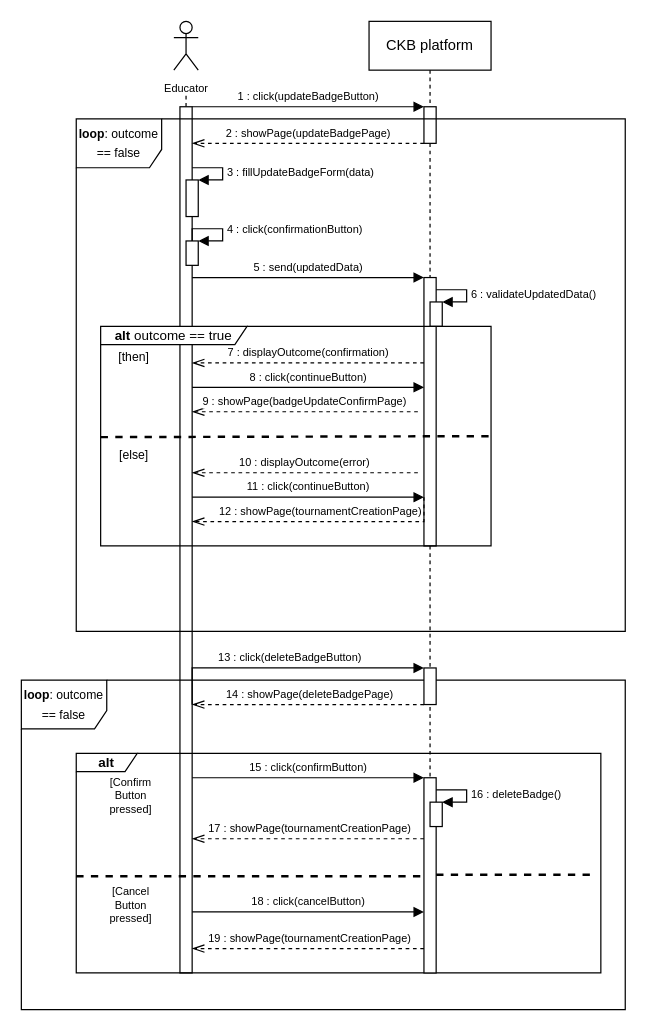
The draw.io diagram RASDwip/ExtraFiles/Drawio/Sequence/Sequence5.drawio in francescospangaro/SpangaroTosettiRiccardi, before the edit. Source tidied: cells renumbered, new cells numbered last; positions are measured from the earlier drawing's top-left corner, leaving out a move shared by most shapes. Both pictures are drawn from the tidied source at 122%, with x=0, y=0 at pixel (21, 21).
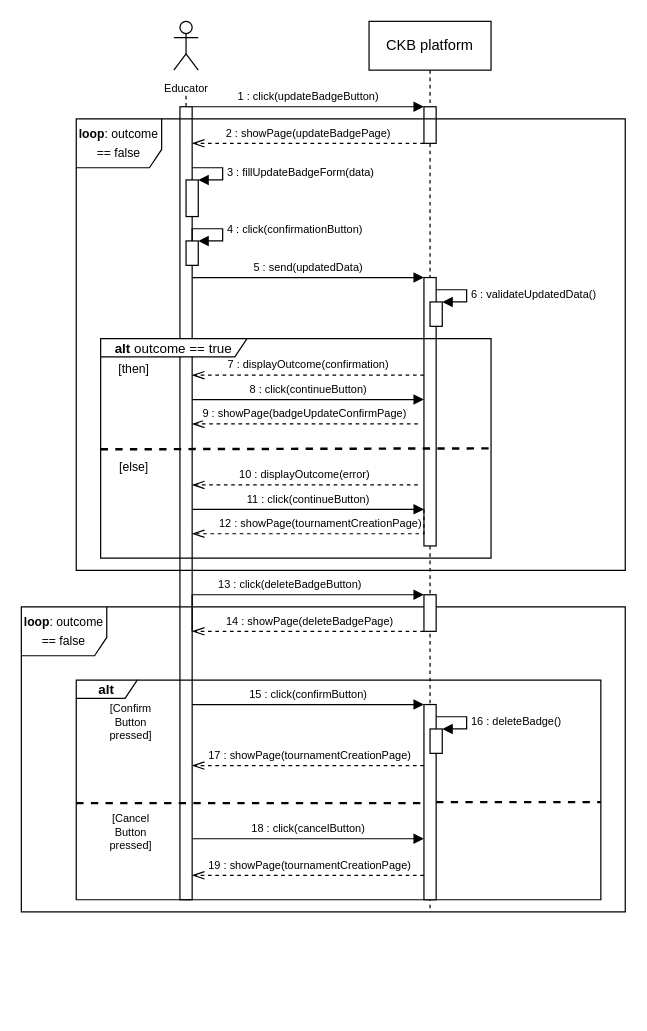
The same diagram, later.

The change refers to these unchanged cells:
```xml
<mxCell id="4" style="html=1;points=[];perimeter=orthogonalPerimeter;outlineConnect=0;targetShapes=umlLifeline;portConstraint=eastwest;newEdgeStyle={&quot;edgeStyle&quot;:&quot;elbowEdgeStyle&quot;,&quot;elbow&quot;:&quot;vertical&quot;,&quot;curved&quot;:0,&quot;rounded&quot;:0};" parent="2" vertex="1">
  <mxGeometry x="45" y="210" width="10" height="220" as="geometry" />
</mxCell>
```

Change to the diagram source:
```diff
@@
     <mxCell id="2" value="CKB platform" style="shape=umlLifeline;perimeter=lifelinePerimeter;whiteSpace=wrap;html=1;newEdgeStyle={&quot;edgeStyle&quot;:&quot;elbowEdgeStyle&quot;,&quot;elbow&quot;:&quot;vertical&quot;,&quot;curved&quot;:0,&quot;rounded&quot;:0};" parent="1" vertex="1">
-      <mxGeometry x="285" width="100" height="780" as="geometry" />
+      <mxGeometry x="285" width="100" height="730" as="geometry" />
     </mxCell>
@@
     <mxCell id="9" style="endArrow=none;dashed=1;html=1;rounded=0;" parent="1" edge="1">
       <mxGeometry relative="1" as="geometry">
-        <mxPoint x="135" y="430" as="sourcePoint" />
-        <mxPoint x="135" y="420" as="targetPoint" />
+        <mxPoint x="135" y="440" as="sourcePoint" />
+        <mxPoint x="135" y="430" as="targetPoint" />
       </mxGeometry>
     </mxCell>
     <mxCell id="10" style="html=1;points=[];perimeter=orthogonalPerimeter;outlineConnect=0;targetShapes=umlLifeline;portConstraint=eastwest;newEdgeStyle={&quot;edgeStyle&quot;:&quot;elbowEdgeStyle&quot;,&quot;elbow&quot;:&quot;vertical&quot;,&quot;curved&quot;:0,&quot;rounded&quot;:0};" parent="1" vertex="1">
-      <mxGeometry x="130" y="70" width="10" height="710" as="geometry" />
+      <mxGeometry x="130" y="70" width="10" height="650" as="geometry" />
     </mxCell>
@@
     <mxCell id="15" value="&lt;font style=&quot;font-size: 9px;&quot;&gt;7 : displayOutcome(confirmation)&lt;/font&gt;" style="html=1;verticalAlign=bottom;endArrow=openThin;dashed=1;endSize=8;edgeStyle=elbowEdgeStyle;elbow=vertical;curved=0;rounded=0;endFill=0;" parent="1" edge="1">
       <mxGeometry relative="1" as="geometry">
-        <mxPoint x="330" y="280" as="sourcePoint" />
-        <mxPoint x="140" y="280" as="targetPoint" />
+        <mxPoint x="330" y="290" as="sourcePoint" />
+        <mxPoint x="140" y="290" as="targetPoint" />
         <Array as="points">
-          <mxPoint x="235" y="280" />
+          <mxPoint x="235" y="290" />
         </Array>
       </mxGeometry>
     </mxCell>
     <mxCell id="16" value="&lt;b&gt;alt &lt;/b&gt;outcome == true" style="shape=umlFrame;whiteSpace=wrap;html=1;width=120;height=15;fontSize=11;" parent="1" vertex="1">
-      <mxGeometry x="65" y="250" width="320" height="180" as="geometry" />
+      <mxGeometry x="65" y="260" width="320" height="180" as="geometry" />
     </mxCell>
     <mxCell id="17" value="[then]" style="text;html=1;strokeColor=none;fillColor=none;align=center;verticalAlign=middle;whiteSpace=wrap;rounded=0;fontSize=10;" parent="1" vertex="1">
-      <mxGeometry x="75" y="270" width="35" height="10" as="geometry" />
+      <mxGeometry x="75" y="280" width="35" height="10" as="geometry" />
     </mxCell>
     <mxCell id="18" style="endArrow=none;dashed=1;html=1;rounded=0;exitX=0.001;exitY=0.409;exitDx=0;exitDy=0;exitPerimeter=0;strokeWidth=2;" parent="1" edge="1">
       <mxGeometry relative="1" as="geometry">
-        <mxPoint x="65" y="340.8" as="sourcePoint" />
-        <mxPoint x="385" y="340" as="targetPoint" />
+        <mxPoint x="65" y="350.8" as="sourcePoint" />
+        <mxPoint x="385" y="350" as="targetPoint" />
       </mxGeometry>
     </mxCell>
     <mxCell id="19" value="[else]" style="text;html=1;strokeColor=none;fillColor=none;align=center;verticalAlign=middle;whiteSpace=wrap;rounded=0;fontSize=10;" parent="1" vertex="1">
-      <mxGeometry x="75" y="350" width="35" height="10" as="geometry" />
+      <mxGeometry x="75" y="360" width="35" height="10" as="geometry" />
     </mxCell>
     <mxCell id="20" value="&lt;font style=&quot;font-size: 9px;&quot;&gt;10 : displayOutcome(error)&lt;/font&gt;" style="html=1;verticalAlign=bottom;endArrow=openThin;dashed=1;endSize=8;edgeStyle=elbowEdgeStyle;elbow=vertical;curved=0;rounded=0;endFill=0;" parent="1" edge="1">
       <mxGeometry relative="1" as="geometry">
-        <mxPoint x="325" y="370" as="sourcePoint" />
-        <mxPoint x="140" y="370" as="targetPoint" />
+        <mxPoint x="325" y="380" as="sourcePoint" />
+        <mxPoint x="140" y="380" as="targetPoint" />
         <Array as="points">
-          <mxPoint x="235" y="370" />
+          <mxPoint x="235" y="380" />
         </Array>
       </mxGeometry>
     </mxCell>
@@
     <mxCell id="22" value="&lt;p style=&quot;line-height: 120%;&quot;&gt;&lt;font style=&quot;font-size: 10px;&quot;&gt;&lt;b&gt;loop&lt;/b&gt;: outcome == false&lt;/font&gt;&lt;/p&gt;" style="shape=umlFrame;whiteSpace=wrap;html=1;width=70;height=40;verticalAlign=middle;horizontal=1;labelPosition=center;verticalLabelPosition=middle;align=center;" parent="1" vertex="1">
-      <mxGeometry x="45" y="80" width="450" height="420" as="geometry" />
+      <mxGeometry x="45" y="80" width="450" height="370" as="geometry" />
     </mxCell>
@@
-    <mxCell id="25" value="&lt;font style=&quot;font-size: 9px;&quot;&gt;8 : click(continueButton)&lt;/font&gt;" style="html=1;verticalAlign=bottom;endArrow=block;edgeStyle=elbowEdgeStyle;elbow=vertical;curved=0;rounded=0;" parent="1" edge="1" target="4">
+    <mxCell id="25" value="&lt;font style=&quot;font-size: 9px;&quot;&gt;8 : click(continueButton)&lt;/font&gt;" style="html=1;verticalAlign=bottom;endArrow=block;edgeStyle=elbowEdgeStyle;elbow=vertical;curved=0;rounded=0;" parent="1" edge="1">
       <mxGeometry relative="1" as="geometry">
-        <mxPoint x="140" y="300" as="sourcePoint" />
+        <mxPoint x="140" y="310" as="sourcePoint" />
+        <mxPoint x="330" y="310" as="targetPoint" />
         <Array as="points">
-          <mxPoint x="255" y="300" />
+          <mxPoint x="255" y="310" />
         </Array>
       </mxGeometry>
     </mxCell>
     <mxCell id="26" value="&lt;font style=&quot;font-size: 9px;&quot;&gt;9 : showPage(badgeUpdateConfirmPage)&lt;/font&gt;" style="html=1;verticalAlign=bottom;endArrow=openThin;dashed=1;endSize=8;edgeStyle=elbowEdgeStyle;elbow=vertical;curved=0;rounded=0;endFill=0;" parent="1" edge="1">
       <mxGeometry relative="1" as="geometry">
-        <mxPoint x="325" y="320" as="sourcePoint" />
-        <mxPoint x="140" y="320" as="targetPoint" />
+        <mxPoint x="325" y="330" as="sourcePoint" />
+        <mxPoint x="140" y="330" as="targetPoint" />
         <Array as="points">
-          <mxPoint x="235" y="320" />
+          <mxPoint x="235" y="330" />
         </Array>
       </mxGeometry>
     </mxCell>
     <mxCell id="27" value="&lt;font style=&quot;font-size: 9px;&quot;&gt;11 : click(continueButton)&lt;/font&gt;" style="html=1;verticalAlign=bottom;endArrow=block;edgeStyle=elbowEdgeStyle;elbow=vertical;curved=0;rounded=0;" parent="1" edge="1">
       <mxGeometry relative="1" as="geometry">
-        <mxPoint x="140" y="390" as="sourcePoint" />
-        <mxPoint x="330" y="390" as="targetPoint" />
+        <mxPoint x="140" y="400" as="sourcePoint" />
+        <mxPoint x="330" y="400" as="targetPoint" />
         <Array as="points">
-          <mxPoint x="255" y="390" />
+          <mxPoint x="255" y="400" />
         </Array>
       </mxGeometry>
     </mxCell>
     <mxCell id="28" value="&lt;font style=&quot;font-size: 9px;&quot;&gt;12 : showPage(tournamentCreationPage)&lt;/font&gt;" style="html=1;verticalAlign=bottom;endArrow=openThin;dashed=1;endSize=8;edgeStyle=elbowEdgeStyle;elbow=vertical;curved=0;rounded=0;endFill=0;" parent="1" edge="1">
       <mxGeometry relative="1" as="geometry">
-        <mxPoint x="330" y="390" as="sourcePoint" />
-        <mxPoint x="140" y="410" as="targetPoint" />
+        <mxPoint x="330" y="400" as="sourcePoint" />
+        <mxPoint x="140" y="420" as="targetPoint" />
         <Array as="points">
-          <mxPoint x="235" y="410" />
+          <mxPoint x="235" y="420" />
         </Array>
       </mxGeometry>
     </mxCell>
     <mxCell id="29" value="&lt;p style=&quot;line-height: 120%;&quot;&gt;&lt;font style=&quot;font-size: 10px;&quot;&gt;&lt;b&gt;loop&lt;/b&gt;: outcome == false&lt;/font&gt;&lt;/p&gt;" style="shape=umlFrame;whiteSpace=wrap;html=1;width=70;height=40;verticalAlign=middle;horizontal=1;labelPosition=center;verticalLabelPosition=middle;align=center;" parent="1" vertex="1">
-      <mxGeometry y="540" width="495" height="270" as="geometry" />
+      <mxGeometry y="480" width="495" height="250" as="geometry" />
     </mxCell>
     <mxCell id="30" value="&lt;font style=&quot;font-size: 9px;&quot;&gt;13 : click(deleteBadgeButton)&lt;/font&gt;" style="html=1;verticalAlign=bottom;endArrow=block;edgeStyle=elbowEdgeStyle;elbow=vertical;curved=0;rounded=0;" parent="1" edge="1" target="31">
       <mxGeometry relative="1" as="geometry">
-        <mxPoint x="140" y="560" as="sourcePoint" />
+        <mxPoint x="140" y="500" as="sourcePoint" />
         <Array as="points">
-          <mxPoint x="255" y="530" />
+          <mxPoint x="255" y="470" />
         </Array>
       </mxGeometry>
     </mxCell>
     <mxCell id="31" style="html=1;points=[];perimeter=orthogonalPerimeter;outlineConnect=0;targetShapes=umlLifeline;portConstraint=eastwest;newEdgeStyle={&quot;edgeStyle&quot;:&quot;elbowEdgeStyle&quot;,&quot;elbow&quot;:&quot;vertical&quot;,&quot;curved&quot;:0,&quot;rounded&quot;:0};" parent="1" vertex="1">
-      <mxGeometry x="330" y="530" width="10" height="30" as="geometry" />
+      <mxGeometry x="330" y="470" width="10" height="30" as="geometry" />
     </mxCell>
     <mxCell id="32" value="&lt;b&gt;alt &lt;/b&gt;" style="shape=umlFrame;whiteSpace=wrap;html=1;width=50;height=15;fontSize=11;" parent="1" vertex="1">
-      <mxGeometry x="45" y="600" width="430" height="180" as="geometry" />
+      <mxGeometry x="45" y="540" width="430" height="180" as="geometry" />
     </mxCell>
     <mxCell id="33" value="&lt;div style=&quot;font-size: 9px;&quot;&gt;&lt;font style=&quot;font-size: 9px;&quot;&gt;[Confirm&lt;/font&gt;&lt;/div&gt;&lt;div style=&quot;font-size: 9px;&quot;&gt;&lt;font style=&quot;font-size: 9px;&quot;&gt;Button&lt;br&gt;pressed]&lt;/font&gt;&lt;/div&gt;" style="text;html=1;strokeColor=none;fillColor=none;align=center;verticalAlign=middle;whiteSpace=wrap;rounded=0;fontSize=10;" parent="1" vertex="1">
-      <mxGeometry x="65" y="630" width="50" height="10" as="geometry" />
+      <mxGeometry x="65" y="570" width="50" height="10" as="geometry" />
     </mxCell>
-    <mxCell id="34" style="endArrow=none;dashed=1;html=1;rounded=0;strokeWidth=2;entryX=0.991;entryY=0.553;entryDx=0;entryDy=0;entryPerimeter=0;" parent="1" edge="1" source="39" target="32">
-      <mxGeometry relative="1" as="geometry" />
+    <mxCell id="34" style="endArrow=none;dashed=1;html=1;rounded=0;strokeWidth=2;" parent="1" edge="1" source="39">
+      <mxGeometry relative="1" as="geometry">
+        <mxPoint x="475" y="640" as="targetPoint" />
+      </mxGeometry>
     </mxCell>
     <mxCell id="35" value="&lt;div style=&quot;font-size: 9px;&quot;&gt;&lt;font style=&quot;font-size: 9px;&quot;&gt;[Cancel&lt;/font&gt;&lt;/div&gt;&lt;div style=&quot;font-size: 9px;&quot;&gt;&lt;font style=&quot;font-size: 9px;&quot;&gt;Button&lt;br&gt;pressed]&lt;/font&gt;&lt;/div&gt;" style="text;html=1;strokeColor=none;fillColor=none;align=center;verticalAlign=middle;whiteSpace=wrap;rounded=0;fontSize=10;" parent="1" vertex="1">
-      <mxGeometry x="65" y="720" width="50" height="10" as="geometry" />
+      <mxGeometry x="65" y="660" width="50" height="10" as="geometry" />
     </mxCell>
     <mxCell id="36" value="&lt;font style=&quot;font-size: 9px;&quot;&gt;&amp;nbsp;&lt;/font&gt;&lt;font style=&quot;font-size: 9px;&quot;&gt;14&lt;/font&gt;&lt;font style=&quot;font-size: 9px;&quot;&gt; : showPage(deleteBadgePage)&lt;/font&gt;" style="html=1;verticalAlign=bottom;endArrow=openThin;dashed=1;endSize=8;edgeStyle=elbowEdgeStyle;elbow=vertical;curved=0;rounded=0;endFill=0;" parent="1" edge="1">
       <mxGeometry relative="1" as="geometry">
-        <mxPoint x="330" y="560" as="sourcePoint" />
-        <mxPoint x="140" y="560" as="targetPoint" />
+        <mxPoint x="330" y="500" as="sourcePoint" />
+        <mxPoint x="140" y="500" as="targetPoint" />
         <Array as="points">
-          <mxPoint x="230" y="560" />
+          <mxPoint x="230" y="500" />
         </Array>
       </mxGeometry>
     </mxCell>
     <mxCell id="37" value="&lt;font style=&quot;font-size: 9px;&quot;&gt;15 : click(confirmButton)&lt;/font&gt;" style="html=1;verticalAlign=bottom;endArrow=block;edgeStyle=elbowEdgeStyle;elbow=vertical;curved=0;rounded=0;" parent="1" edge="1">
       <mxGeometry relative="1" as="geometry">
-        <mxPoint x="140" y="620" as="sourcePoint" />
-        <mxPoint x="330" y="620" as="targetPoint" />
+        <mxPoint x="140" y="560" as="sourcePoint" />
+        <mxPoint x="330" y="560" as="targetPoint" />
         <Array as="points">
-          <mxPoint x="255" y="620" />
+          <mxPoint x="255" y="560" />
         </Array>
       </mxGeometry>
     </mxCell>
     <mxCell id="38" style="endArrow=none;dashed=1;html=1;rounded=0;exitX=0.001;exitY=0.409;exitDx=0;exitDy=0;exitPerimeter=0;strokeWidth=2;" parent="1" edge="1" target="39">
       <mxGeometry relative="1" as="geometry">
-        <mxPoint x="45" y="700.8" as="sourcePoint" />
+        <mxPoint x="45" y="640.8" as="sourcePoint" />
       </mxGeometry>
     </mxCell>
     <mxCell id="39" style="html=1;points=[];perimeter=orthogonalPerimeter;outlineConnect=0;targetShapes=umlLifeline;portConstraint=eastwest;newEdgeStyle={&quot;edgeStyle&quot;:&quot;elbowEdgeStyle&quot;,&quot;elbow&quot;:&quot;vertical&quot;,&quot;curved&quot;:0,&quot;rounded&quot;:0};" parent="1" vertex="1">
-      <mxGeometry x="330" y="620" width="10" height="160" as="geometry" />
+      <mxGeometry x="330" y="560" width="10" height="160" as="geometry" />
     </mxCell>
     <mxCell id="40" style="html=1;points=[[0,0,0,0,5],[0,1,0,0,-5],[1,0,0,0,5],[1,1,0,0,-5]];perimeter=orthogonalPerimeter;outlineConnect=0;targetShapes=umlLifeline;portConstraint=eastwest;newEdgeStyle={&quot;curved&quot;:0,&quot;rounded&quot;:0};" parent="1" vertex="1">
-      <mxGeometry x="335" y="640" width="10" height="20" as="geometry" />
+      <mxGeometry x="335" y="580" width="10" height="20" as="geometry" />
     </mxCell>
     <mxCell id="41" value="&lt;font style=&quot;font-size: 9px;&quot;&gt;16 : deleteBadge&lt;/font&gt;&lt;font style=&quot;font-size: 9px;&quot;&gt;()&lt;/font&gt;" style="html=1;align=left;spacingLeft=2;endArrow=block;rounded=0;edgeStyle=orthogonalEdgeStyle;curved=0;rounded=0;" parent="1" edge="1" target="40">
       <mxGeometry relative="1" as="geometry">
-        <mxPoint x="340" y="630" as="sourcePoint" />
+        <mxPoint x="340" y="570" as="sourcePoint" />
         <Array as="points">
-          <mxPoint x="365" y="630" />
-          <mxPoint x="365" y="640" />
+          <mxPoint x="365" y="570" />
+          <mxPoint x="365" y="580" />
         </Array>
       </mxGeometry>
     </mxCell>
     <mxCell id="42" value="&lt;font style=&quot;font-size: 9px;&quot;&gt;&amp;nbsp;&lt;/font&gt;&lt;font style=&quot;font-size: 9px;&quot;&gt;17&lt;/font&gt;&lt;font style=&quot;font-size: 9px;&quot;&gt; : showPage(tournamentCreationPage)&lt;/font&gt;" style="html=1;verticalAlign=bottom;endArrow=openThin;dashed=1;endSize=8;edgeStyle=elbowEdgeStyle;elbow=vertical;curved=0;rounded=0;endFill=0;" parent="1" edge="1">
       <mxGeometry relative="1" as="geometry">
-        <mxPoint x="330" y="670" as="sourcePoint" />
-        <mxPoint x="140" y="670" as="targetPoint" />
+        <mxPoint x="330" y="610" as="sourcePoint" />
+        <mxPoint x="140" y="610" as="targetPoint" />
         <Array as="points">
-          <mxPoint x="230" y="670" />
+          <mxPoint x="230" y="610" />
         </Array>
       </mxGeometry>
     </mxCell>
     <mxCell id="43" value="&lt;font style=&quot;font-size: 9px;&quot;&gt;18 : click(cancelButton)&lt;/font&gt;" style="html=1;verticalAlign=bottom;endArrow=block;edgeStyle=elbowEdgeStyle;elbow=vertical;curved=0;rounded=0;" parent="1" edge="1">
       <mxGeometry relative="1" as="geometry">
-        <mxPoint x="140" y="730" as="sourcePoint" />
-        <mxPoint x="330" y="730" as="targetPoint" />
+        <mxPoint x="140" y="670" as="sourcePoint" />
+        <mxPoint x="330" y="670" as="targetPoint" />
         <Array as="points">
-          <mxPoint x="255" y="730" />
+          <mxPoint x="255" y="670" />
         </Array>
       </mxGeometry>
     </mxCell>
     <mxCell id="44" value="&lt;font style=&quot;font-size: 9px;&quot;&gt;&amp;nbsp;&lt;/font&gt;&lt;font style=&quot;font-size: 9px;&quot;&gt;19&lt;/font&gt;&lt;font style=&quot;font-size: 9px;&quot;&gt; : showPage(tournamentCreationPage)&lt;/font&gt;" style="html=1;verticalAlign=bottom;endArrow=openThin;dashed=1;endSize=8;edgeStyle=elbowEdgeStyle;elbow=vertical;curved=0;rounded=0;endFill=0;" parent="1" edge="1">
       <mxGeometry relative="1" as="geometry">
-        <mxPoint x="330" y="760" as="sourcePoint" />
-        <mxPoint x="140" y="760" as="targetPoint" />
+        <mxPoint x="330" y="700" as="sourcePoint" />
+        <mxPoint x="140" y="700" as="targetPoint" />
         <Array as="points">
-          <mxPoint x="230" y="760" />
+          <mxPoint x="230" y="700" />
         </Array>
       </mxGeometry>
     </mxCell>
```
